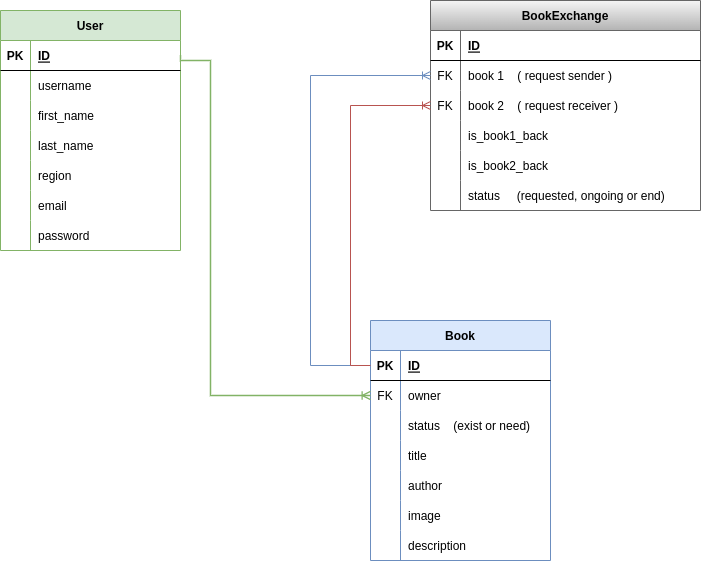
This is Book_Exchange.drawio.png from sobirjonovme/book_exchange_api, a draw.io export, as it was before one commit. Source tidied: cells renumbered, new cells last; positions are measured from the earlier drawing's top-left corner, leaving out a move shared by most shapes.
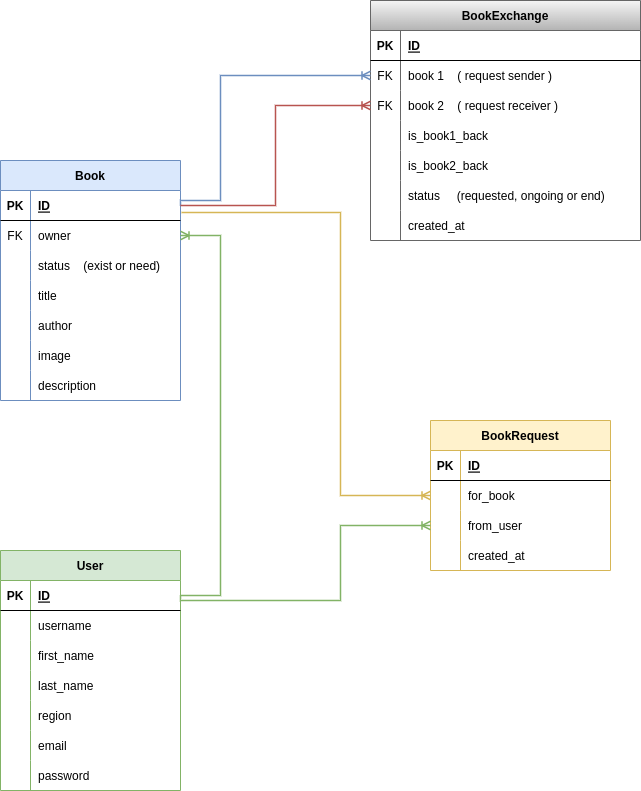
Later version of the same file.

Diff of the diagram source:
```diff
@@ -3,7 +3,7 @@
     <mxCell id="0" />
     <mxCell id="1" parent="0" />
     <mxCell id="2" value="User" style="shape=table;startSize=30;rowLines=0;fontStyle=1;align=center;fillColor=#d5e8d4;strokeColor=#82b366;" parent="1" vertex="1">
-      <mxGeometry y="10" width="180" height="240" as="geometry" />
+      <mxGeometry x="130" y="190" width="180" height="240" as="geometry" />
     </mxCell>
     <mxCell id="3" style="shape=tableRow;horizontal=0;startSize=0;swimlaneHead=0;swimlaneBody=0;fillColor=none;points=[[0,0.5],[1,0.5]];portConstraint=eastwest;top=0;left=0;right=0;bottom=1;" parent="2" vertex="1">
       <mxGeometry y="30" width="180" height="30" as="geometry" />
@@ -69,7 +69,7 @@
       <mxGeometry x="30" width="150" height="30" as="geometry" />
     </mxCell>
     <mxCell id="24" value="Book" style="shape=table;startSize=30;rowLines=0;fontStyle=1;align=center;fillColor=#dae8fc;strokeColor=#6c8ebf;" parent="1" vertex="1">
-      <mxGeometry x="370" y="320" width="180" height="240" as="geometry" />
+      <mxGeometry x="130" y="-200" width="180" height="240" as="geometry" />
     </mxCell>
     <mxCell id="25" style="shape=tableRow;horizontal=0;startSize=0;swimlaneHead=0;swimlaneBody=0;fillColor=none;points=[[0,0.5],[1,0.5]];portConstraint=eastwest;top=0;left=0;right=0;bottom=1;" parent="24" vertex="1">
       <mxGeometry y="30" width="180" height="30" as="geometry" />
@@ -134,17 +134,16 @@
     <mxCell id="45" value="description" style="shape=partialRectangle;fillColor=none;top=0;left=0;bottom=0;right=0;align=left;spacingLeft=6;overflow=hidden;" parent="43" vertex="1">
       <mxGeometry x="30" width="150" height="30" as="geometry" />
     </mxCell>
-    <mxCell id="46" style="edgeStyle=orthogonalEdgeStyle;fontSize=12;html=1;endArrow=ERoneToMany;rounded=0;exitX=1;exitY=0.5;exitDx=0;exitDy=0;fillColor=#d5e8d4;strokeColor=#82b366;strokeWidth=1.3;" parent="1" edge="1" source="3" target="28">
+    <mxCell id="46" style="fontSize=12;html=1;endArrow=ERoneToMany;rounded=0;exitX=1;exitY=0.5;exitDx=0;exitDy=0;fillColor=#d5e8d4;strokeColor=#82b366;strokeWidth=1.5;entryX=1;entryY=0.5;entryDx=0;entryDy=0;edgeStyle=orthogonalEdgeStyle;" parent="1" edge="1" source="3" target="28">
       <mxGeometry relative="1" as="geometry">
         <Array as="points">
-          <mxPoint x="180" y="60" />
-          <mxPoint x="210" y="60" />
-          <mxPoint x="210" y="395" />
+          <mxPoint x="350" y="235" />
+          <mxPoint x="350" y="-125" />
         </Array>
       </mxGeometry>
     </mxCell>
     <mxCell id="47" value="BookExchange" style="shape=table;startSize=30;rowLines=0;fontStyle=1;align=center;fillColor=#f5f5f5;gradientColor=#b3b3b3;strokeColor=#666666;" parent="1" vertex="1">
-      <mxGeometry x="430" width="270" height="210" as="geometry" />
+      <mxGeometry x="500" y="-360" width="270" height="240" as="geometry" />
     </mxCell>
     <mxCell id="48" style="shape=tableRow;horizontal=0;startSize=0;swimlaneHead=0;swimlaneBody=0;fillColor=none;top=0;left=0;right=0;bottom=1;" parent="47" vertex="1">
       <mxGeometry y="30" width="270" height="30" as="geometry" />
@@ -200,21 +199,82 @@
     <mxCell id="65" value="status     (requested, ongoing or end)" style="shape=partialRectangle;fillColor=none;top=0;left=0;bottom=0;right=0;align=left;spacingLeft=6;overflow=hidden;" parent="63" vertex="1">
       <mxGeometry x="30" width="240" height="30" as="geometry" />
     </mxCell>
+    <mxCell id="68" style="shape=tableRow;horizontal=0;startSize=0;swimlaneHead=0;swimlaneBody=0;fillColor=none;top=0;left=0;right=0;bottom=0;" parent="47" vertex="1">
+      <mxGeometry y="210" width="270" height="30" as="geometry" />
+    </mxCell>
+    <mxCell id="69" style="shape=partialRectangle;fillColor=none;top=0;left=0;bottom=0;right=0;overflow=hidden;" parent="68" vertex="1">
+      <mxGeometry width="30" height="30" as="geometry" />
+    </mxCell>
+    <mxCell id="70" value="created_at" style="shape=partialRectangle;fillColor=none;top=0;left=0;bottom=0;right=0;align=left;spacingLeft=6;overflow=hidden;" parent="68" vertex="1">
+      <mxGeometry x="30" width="240" height="30" as="geometry" />
+    </mxCell>
-    <mxCell id="66" style="fontSize=12;html=1;endArrow=ERoneToMany;rounded=0;entryX=0;entryY=0.5;entryDx=0;entryDy=0;exitX=0;exitY=0.5;exitDx=0;exitDy=0;edgeStyle=orthogonalEdgeStyle;fillColor=#dae8fc;strokeColor=#6c8ebf;" parent="1" edge="1" source="25" target="51">
+    <mxCell id="66" style="fontSize=12;html=1;endArrow=ERoneToMany;rounded=0;entryX=0;entryY=0.5;entryDx=0;entryDy=0;exitX=1;exitY=0.5;exitDx=0;exitDy=0;fillColor=#dae8fc;strokeColor=#6c8ebf;edgeStyle=orthogonalEdgeStyle;strokeWidth=1.5;" parent="1" edge="1" source="25" target="51">
       <mxGeometry relative="1" as="geometry">
         <Array as="points">
-          <mxPoint x="310" y="365" />
-          <mxPoint x="310" y="75" />
+          <mxPoint x="310" y="-160" />
+          <mxPoint x="350" y="-160" />
+          <mxPoint x="350" y="-285" />
         </Array>
       </mxGeometry>
     </mxCell>
-    <mxCell id="67" style="fontSize=12;html=1;endArrow=ERoneToMany;rounded=0;exitX=0;exitY=0.5;exitDx=0;exitDy=0;entryX=0;entryY=0.5;entryDx=0;entryDy=0;edgeStyle=orthogonalEdgeStyle;fillColor=#f8cecc;strokeColor=#b85450;" parent="1" edge="1" source="25" target="54">
-      <mxGeometry relative="1" as="geometry">
-        <Array as="points">
-          <mxPoint x="350" y="365" />
-          <mxPoint x="350" y="105" />
-        </Array>
-      </mxGeometry>
+    <mxCell id="67" style="fontSize=12;html=1;endArrow=ERoneToMany;rounded=0;exitX=1;exitY=0.5;exitDx=0;exitDy=0;entryX=0;entryY=0.5;entryDx=0;entryDy=0;fillColor=#f8cecc;strokeColor=#b85450;edgeStyle=orthogonalEdgeStyle;strokeWidth=1.5;" parent="1" edge="1" source="25" target="54">
+      <mxGeometry relative="1" as="geometry" />
     </mxCell>
+    <mxCell id="71" value="BookRequest" style="shape=table;startSize=30;rowLines=0;fontStyle=1;align=center;fillColor=#fff2cc;strokeColor=#d6b656;" parent="1" vertex="1">
+      <mxGeometry x="560" y="60" width="180" height="150" as="geometry" />
+    </mxCell>
+    <mxCell id="72" style="shape=tableRow;horizontal=0;startSize=0;swimlaneHead=0;swimlaneBody=0;fillColor=none;top=0;left=0;right=0;bottom=1;" parent="71" vertex="1">
+      <mxGeometry y="30" width="180" height="30" as="geometry" />
+    </mxCell>
+    <mxCell id="73" value="PK" style="shape=partialRectangle;fillColor=none;top=0;left=0;bottom=0;right=0;fontStyle=1;overflow=hidden;" parent="72" vertex="1">
+      <mxGeometry width="30" height="30" as="geometry" />
+    </mxCell>
+    <mxCell id="74" value="ID" style="shape=partialRectangle;fillColor=none;top=0;left=0;bottom=0;right=0;align=left;spacingLeft=6;fontStyle=5;overflow=hidden;" parent="72" vertex="1">
+      <mxGeometry x="30" width="150" height="30" as="geometry" />
+    </mxCell>
+    <mxCell id="75" style="shape=tableRow;horizontal=0;startSize=0;swimlaneHead=0;swimlaneBody=0;fillColor=none;points=[[0,0.5],[1,0.5]];portConstraint=eastwest;top=0;left=0;right=0;bottom=0;" parent="71" vertex="1">
+      <mxGeometry y="60" width="180" height="30" as="geometry" />
+    </mxCell>
+    <mxCell id="76" style="shape=partialRectangle;fillColor=none;top=0;left=0;bottom=0;right=0;overflow=hidden;" parent="75" vertex="1">
+      <mxGeometry width="30" height="30" as="geometry" />
+    </mxCell>
+    <mxCell id="77" value="for_book" style="shape=partialRectangle;fillColor=none;top=0;left=0;bottom=0;right=0;align=left;spacingLeft=6;overflow=hidden;" parent="75" vertex="1">
+      <mxGeometry x="30" width="150" height="30" as="geometry" />
+    </mxCell>
+    <mxCell id="78" style="shape=tableRow;horizontal=0;startSize=0;swimlaneHead=0;swimlaneBody=0;fillColor=none;points=[[0,0.5],[1,0.5]];portConstraint=eastwest;top=0;left=0;right=0;bottom=0;" parent="71" vertex="1">
+      <mxGeometry y="90" width="180" height="30" as="geometry" />
+    </mxCell>
+    <mxCell id="79" style="shape=partialRectangle;fillColor=none;top=0;left=0;bottom=0;right=0;overflow=hidden;" parent="78" vertex="1">
+      <mxGeometry width="30" height="30" as="geometry" />
+    </mxCell>
+    <mxCell id="80" value="from_user" style="shape=partialRectangle;fillColor=none;top=0;left=0;bottom=0;right=0;align=left;spacingLeft=6;overflow=hidden;" parent="78" vertex="1">
+      <mxGeometry x="30" width="150" height="30" as="geometry" />
+    </mxCell>
+    <mxCell id="81" style="shape=tableRow;horizontal=0;startSize=0;swimlaneHead=0;swimlaneBody=0;fillColor=none;top=0;left=0;right=0;bottom=0;" parent="71" vertex="1">
+      <mxGeometry y="120" width="180" height="30" as="geometry" />
+    </mxCell>
+    <mxCell id="82" style="shape=partialRectangle;fillColor=none;top=0;left=0;bottom=0;right=0;overflow=hidden;" parent="81" vertex="1">
+      <mxGeometry width="30" height="30" as="geometry" />
+    </mxCell>
+    <mxCell id="83" value="created_at" style="shape=partialRectangle;fillColor=none;top=0;left=0;bottom=0;right=0;align=left;spacingLeft=6;overflow=hidden;" parent="81" vertex="1">
+      <mxGeometry x="30" width="150" height="30" as="geometry" />
+    </mxCell>
+    <mxCell id="84" style="edgeStyle=orthogonalEdgeStyle;fontSize=12;html=1;endArrow=ERoneToMany;rounded=0;exitX=1.006;exitY=0.733;exitDx=0;exitDy=0;exitPerimeter=0;entryX=0;entryY=0.5;entryDx=0;entryDy=0;fillColor=#fff2cc;strokeColor=#d6b656;strokeWidth=1.5;" parent="1" edge="1" source="25" target="75">
+      <mxGeometry relative="1" as="geometry">
+        <Array as="points">
+          <mxPoint x="470" y="-148" />
+          <mxPoint x="470" y="135" />
+        </Array>
+      </mxGeometry>
+    </mxCell>
+    <mxCell id="85" style="edgeStyle=orthogonalEdgeStyle;fontSize=12;html=1;endArrow=ERoneToMany;rounded=0;strokeWidth=1.5;exitX=1;exitY=0.5;exitDx=0;exitDy=0;entryX=0;entryY=0.5;entryDx=0;entryDy=0;fillColor=#d5e8d4;strokeColor=#82b366;" parent="1" edge="1" source="3" target="78">
+      <mxGeometry relative="1" as="geometry">
+        <Array as="points">
+          <mxPoint x="310" y="240" />
+          <mxPoint x="470" y="240" />
+          <mxPoint x="470" y="165" />
+        </Array>
+      </mxGeometry>
+    </mxCell>
   </root>
 </mxGraphModel>
```
